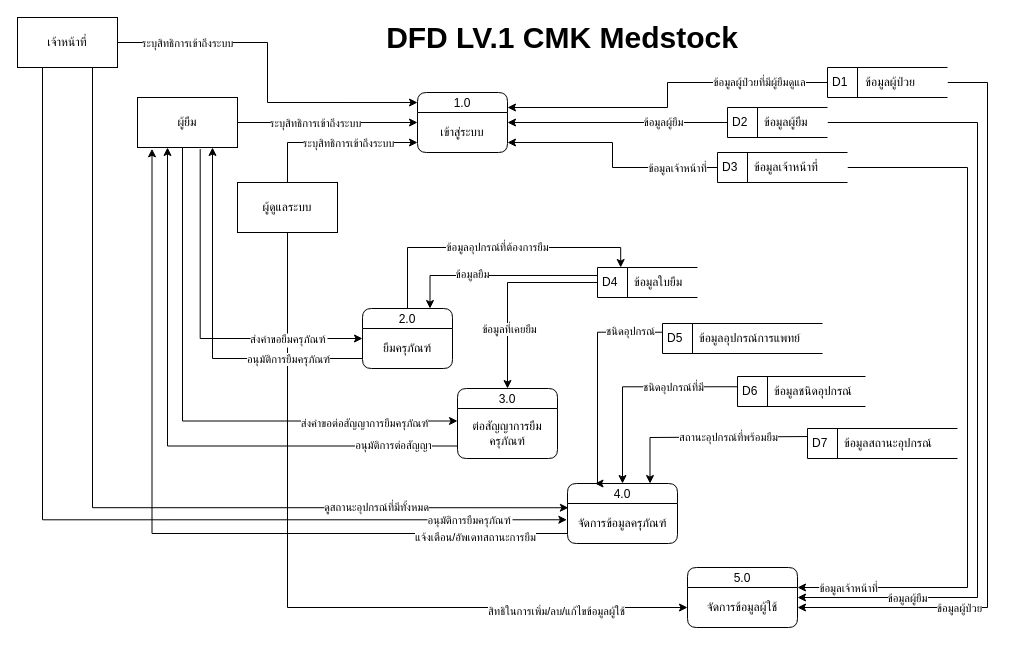
This is cmk/New folder/DFD lv1.drawio from S-B-Tanayut/diagram_repo, a draw.io file, before an edit. Source tidied: cells renumbered, new cells numbered last; positions are measured from the earlier drawing's top-left corner, leaving out a move shared by most shapes. Both pictures are drawn from the tidied source at 100%, with x=0, y=0 at pixel (17, 17).
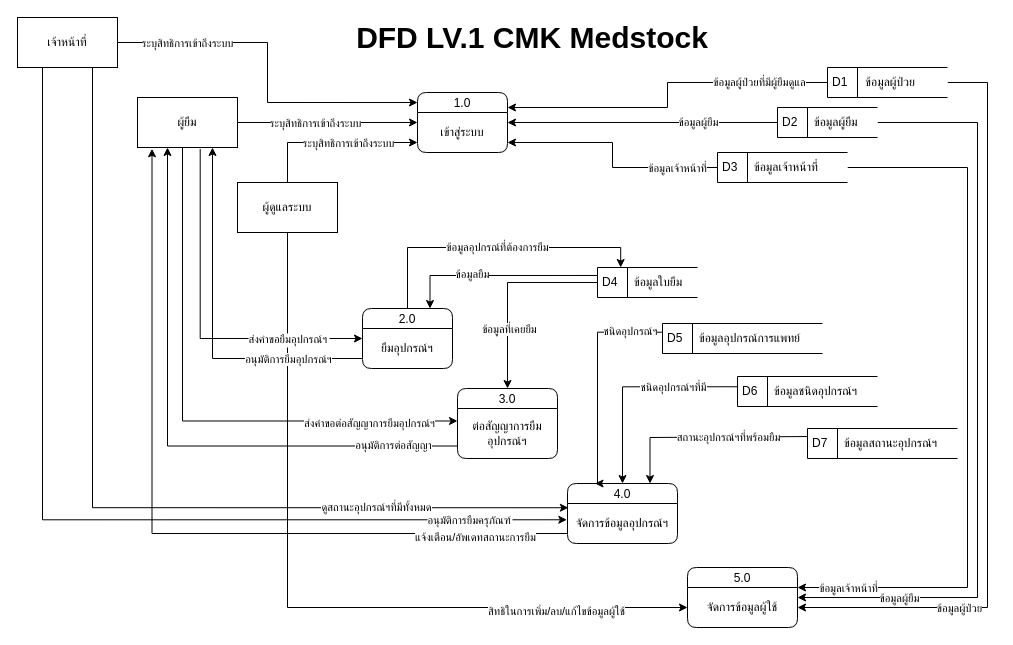
Above is the later version.

Unchanged cells that the change refers to:
```xml
<mxCell id="4" value="2.0" style="swimlane;fontStyle=0;horizontal=1;startSize=20;fillColor=#ffffff;swimlaneFillColor=#ffffff;rounded=1;" parent="1" vertex="1">
  <mxGeometry x="345" y="291" width="90" height="60" as="geometry" />
</mxCell>
<mxCell id="6" value="3.0" style="swimlane;fontStyle=0;horizontal=1;startSize=20;fillColor=#ffffff;swimlaneFillColor=#ffffff;rounded=1;" parent="1" vertex="1">
  <mxGeometry x="440" y="371" width="100" height="70" as="geometry" />
</mxCell>
<mxCell id="8" value="4.0" style="swimlane;fontStyle=0;horizontal=1;startSize=20;fillColor=#ffffff;swimlaneFillColor=#ffffff;rounded=1;" parent="1" vertex="1">
  <mxGeometry x="550" y="466" width="110" height="60" as="geometry" />
</mxCell>
<mxCell id="19" style="edgeStyle=orthogonalEdgeStyle;rounded=0;jettySize=auto;html=1;exitX=0.627;exitY=1.031;exitDx=0;exitDy=0;entryX=0;entryY=0.25;entryDx=0;entryDy=0;exitPerimeter=0;" parent="1" edge="1" source="23" target="5">
  <mxGeometry relative="1" as="geometry">
    <Array as="points">
      <mxPoint x="183" y="321" />
    </Array>
  </mxGeometry>
</mxCell>
<mxCell id="21" style="edgeStyle=orthogonalEdgeStyle;rounded=0;jettySize=auto;html=1;exitX=0.25;exitY=1;exitDx=0;exitDy=0;entryX=0;entryY=0.25;entryDx=0;entryDy=0;" parent="1" edge="1" target="7">
  <mxGeometry relative="1" as="geometry">
    <mxPoint x="160" y="130" as="sourcePoint" />
    <Array as="points">
      <mxPoint x="165" y="130" />
      <mxPoint x="165" y="404" />
    </Array>
  </mxGeometry>
</mxCell>
<mxCell id="26" style="edgeStyle=orthogonalEdgeStyle;rounded=0;jettySize=auto;html=1;exitX=0.75;exitY=1;exitDx=0;exitDy=0;entryX=0.008;entryY=0.106;entryDx=0;entryDy=0;entryPerimeter=0;" parent="1" edge="1" source="28" target="9">
  <mxGeometry relative="1" as="geometry">
    <Array as="points">
      <mxPoint x="75" y="490" />
      <mxPoint x="551" y="490" />
    </Array>
  </mxGeometry>
</mxCell>
<mxCell id="34" style="edgeStyle=orthogonalEdgeStyle;rounded=0;jettySize=auto;html=1;exitX=0;exitY=0.291;exitDx=0;exitDy=0;entryX=0.25;entryY=0;entryDx=0;entryDy=0;exitPerimeter=0;" parent="1" edge="1" source="36" target="8">
  <mxGeometry relative="1" as="geometry">
    <Array as="points">
      <mxPoint x="580" y="315" />
      <mxPoint x="580" y="466" />
    </Array>
  </mxGeometry>
</mxCell>
<mxCell id="52" style="edgeStyle=orthogonalEdgeStyle;rounded=0;jettySize=auto;html=1;exitX=0;exitY=0.342;exitDx=0;exitDy=0;exitPerimeter=0;" parent="1" edge="1" source="54" target="8">
  <mxGeometry relative="1" as="geometry">
    <Array as="points">
      <mxPoint x="605" y="369" />
    </Array>
  </mxGeometry>
</mxCell>
<mxCell id="55" style="edgeStyle=orthogonalEdgeStyle;rounded=0;jettySize=auto;html=1;exitX=0;exitY=0.268;exitDx=0;exitDy=0;entryX=0.75;entryY=0;entryDx=0;entryDy=0;exitPerimeter=0;" parent="1" edge="1" source="57" target="8">
  <mxGeometry relative="1" as="geometry">
    <Array as="points">
      <mxPoint x="633" y="420" />
    </Array>
  </mxGeometry>
</mxCell>
<mxCell id="61" style="edgeStyle=orthogonalEdgeStyle;rounded=0;jettySize=auto;html=1;exitX=0;exitY=0.75;exitDx=0;exitDy=0;entryX=0.75;entryY=1;entryDx=0;entryDy=0;" parent="1" edge="1" source="5" target="23">
  <mxGeometry relative="1" as="geometry" />
</mxCell>
```

Diff of the diagram source:
```diff
@@
-    <mxCell id="5" value="ยืมครุภัณฑ์" style="text;html=1;align=center;verticalAlign=middle;whiteSpace=wrap;rounded=0;" parent="4" vertex="1">
+    <mxCell id="5" value="ยืมอุปกรณ์ฯ" style="text;html=1;align=center;verticalAlign=middle;whiteSpace=wrap;rounded=0;" parent="4" vertex="1">
       <mxGeometry y="20" width="90" height="40" as="geometry" />
     </mxCell>
@@
-    <mxCell id="7" value="ต่อสัญญาการยืมครุภัณฑ์" style="text;html=1;align=center;verticalAlign=middle;whiteSpace=wrap;rounded=0;" parent="6" vertex="1">
+    <mxCell id="7" value="ต่อสัญญาการยืม&lt;br&gt;อุปกรณ์ฯ" style="text;html=1;align=center;verticalAlign=middle;whiteSpace=wrap;rounded=0;" parent="6" vertex="1">
       <mxGeometry y="20" width="100" height="50" as="geometry" />
     </mxCell>
@@
-    <mxCell id="9" value="จัดการข้อมูลครุภัณฑ์" style="text;html=1;align=center;verticalAlign=middle;whiteSpace=wrap;rounded=0;" parent="8" vertex="1">
+    <mxCell id="9" value="จัดการข้อมูลอุปกรณ์ฯ" style="text;html=1;align=center;verticalAlign=middle;whiteSpace=wrap;rounded=0;" parent="8" vertex="1">
       <mxGeometry y="20" width="110" height="40" as="geometry" />
     </mxCell>
@@
-    <mxCell id="20" value="ส่งคำขอยืมครุภัณฑ์" style="edgeLabel;align=center;verticalAlign=middle;rotation=0;" parent="19" vertex="1">
+    <mxCell id="20" value="ส่งคำขอยืมอุปกรณ์ฯ" style="edgeLabel;align=center;verticalAlign=middle;rotation=0;" parent="19" vertex="1">
       <mxGeometry x="0.31" relative="1" as="geometry">
         <mxPoint x="47" as="offset" />
       </mxGeometry>
     </mxCell>
@@
-    <mxCell id="22" value="ส่งคำขอต่อสัญญาการยืมครุภัณฑ์" style="edgeLabel;html=1;align=center;verticalAlign=middle;" parent="21" vertex="1">
+    <mxCell id="22" value="ส่งคำขอต่อสัญญาการยืมอุปกรณ์ฯ" style="edgeLabel;html=1;align=center;verticalAlign=middle;" parent="21" vertex="1">
       <mxGeometry x="0.74" y="-2" relative="1" as="geometry">
-        <mxPoint x="-22" as="offset" />
+        <mxPoint x="-17" as="offset" />
       </mxGeometry>
     </mxCell>
@@
-    <mxCell id="27" value="ดูสถานะอุปกรณ์ที่มีทั้งหมด" style="edgeLabel;html=1;align=center;verticalAlign=middle;" parent="26" vertex="1">
+    <mxCell id="27" value="ดูสถานะอุปกรณ์ฯที่มีทั้งหมด" style="edgeLabel;html=1;align=center;verticalAlign=middle;" parent="26" vertex="1">
       <mxGeometry x="0.58" y="-3" relative="1" as="geometry">
         <mxPoint y="-4" as="offset" />
       </mxGeometry>
     </mxCell>
@@
-    <mxCell id="35" value="ชนิดอุปกรณ์" style="edgeLabel;html=1;align=center;verticalAlign=middle;" parent="34" vertex="1">
+    <mxCell id="35" value="ชนิดอุปกรณ์ฯ" style="edgeLabel;html=1;align=center;verticalAlign=middle;" parent="34" vertex="1">
       <mxGeometry x="-0.64" y="-1" relative="1" as="geometry">
         <mxPoint x="6" as="offset" />
       </mxGeometry>
     </mxCell>
@@
     <mxCell id="41" value="D2&amp;nbsp; &amp;nbsp; &amp;nbsp;ข้อมูลผู้ยืม" style="html=1;dashed=0;whiteSpace=wrap;shape=mxgraph.dfd.dataStoreID;align=left;spacingLeft=3;points=[[0,0],[0.5,0],[1,0],[0,0.5],[1,0.5],[0,1],[0.5,1],[1,1]];" parent="1" vertex="1">
-      <mxGeometry x="710" y="90" width="100" height="30" as="geometry" />
+      <mxGeometry x="760" y="90" width="100" height="30" as="geometry" />
     </mxCell>
@@
-    <mxCell id="53" value="ชนิดอุปกรณ์ที่มี" style="edgeLabel;html=1;align=center;verticalAlign=middle;" parent="52" vertex="1">
+    <mxCell id="53" value="ชนิดอุปกรณ์ฯที่มี" style="edgeLabel;html=1;align=center;verticalAlign=middle;" parent="52" vertex="1">
       <mxGeometry x="-0.27" relative="1" as="geometry">
         <mxPoint x="12" as="offset" />
       </mxGeometry>
     </mxCell>
-    <mxCell id="54" value="D6&amp;nbsp; &amp;nbsp; &amp;nbsp;ข้อมูลชนิดอุปกรณ์" style="html=1;dashed=0;whiteSpace=wrap;shape=mxgraph.dfd.dataStoreID;align=left;spacingLeft=3;points=[[0,0],[0.5,0],[1,0],[0,0.5],[1,0.5],[0,1],[0.5,1],[1,1]];" parent="1" vertex="1">
-      <mxGeometry x="720" y="359" width="128" height="30" as="geometry" />
+    <mxCell id="54" value="D6&amp;nbsp; &amp;nbsp; &amp;nbsp;ข้อมูลชนิดอุปกรณ์ฯ" style="html=1;dashed=0;whiteSpace=wrap;shape=mxgraph.dfd.dataStoreID;align=left;spacingLeft=3;points=[[0,0],[0.5,0],[1,0],[0,0.5],[1,0.5],[0,1],[0.5,1],[1,1]];" parent="1" vertex="1">
+      <mxGeometry x="720" y="359" width="140" height="30" as="geometry" />
     </mxCell>
@@
-    <mxCell id="56" value="สถานะอุปกรณ์ที่พร้อมยืม" style="edgeLabel;html=1;align=center;verticalAlign=middle;" parent="55" vertex="1">
+    <mxCell id="56" value="สถานะอุปกรณ์ฯที่พร้อมยืม" style="edgeLabel;html=1;align=center;verticalAlign=middle;" parent="55" vertex="1">
       <mxGeometry x="0.1" y="2" relative="1" as="geometry">
         <mxPoint x="32" y="-2" as="offset" />
       </mxGeometry>
     </mxCell>
-    <mxCell id="57" value="D7&amp;nbsp; &amp;nbsp; &amp;nbsp;ข้อมูลสถานะอุปกรณ์" style="html=1;dashed=0;whiteSpace=wrap;shape=mxgraph.dfd.dataStoreID;align=left;spacingLeft=3;points=[[0,0],[0.5,0],[1,0],[0,0.5],[1,0.5],[0,1],[0.5,1],[1,1]];" parent="1" vertex="1">
+    <mxCell id="57" value="D7&amp;nbsp; &amp;nbsp; &amp;nbsp;ข้อมูลสถานะอุปกรณ์ฯ" style="html=1;dashed=0;whiteSpace=wrap;shape=mxgraph.dfd.dataStoreID;align=left;spacingLeft=3;points=[[0,0],[0.5,0],[1,0],[0,0.5],[1,0.5],[0,1],[0.5,1],[1,1]];" parent="1" vertex="1">
       <mxGeometry x="790" y="411" width="150" height="30" as="geometry" />
     </mxCell>
@@
     <mxCell id="60" value="&lt;b&gt;&lt;font style=&quot;font-size: 30px;&quot;&gt;DFD LV.1 CMK Medstock&lt;/font&gt;&lt;/b&gt;" style="text;html=1;align=center;verticalAlign=middle;whiteSpace=wrap;rounded=0;" parent="1" vertex="1">
-      <mxGeometry x="340" width="410" height="40" as="geometry" />
+      <mxGeometry x="310" width="410" height="40" as="geometry" />
     </mxCell>
@@
-    <mxCell id="62" value="อนุมัติการยืมครุภัณฑ์" style="edgeLabel;html=1;align=center;verticalAlign=middle;" parent="61" vertex="1">
+    <mxCell id="62" value="อนุมัติการยืมอุปกรณ์ฯ" style="edgeLabel;html=1;align=center;verticalAlign=middle;" parent="61" vertex="1">
       <mxGeometry x="-0.45" relative="1" as="geometry">
         <mxPoint x="24" as="offset" />
       </mxGeometry>
     </mxCell>
```
